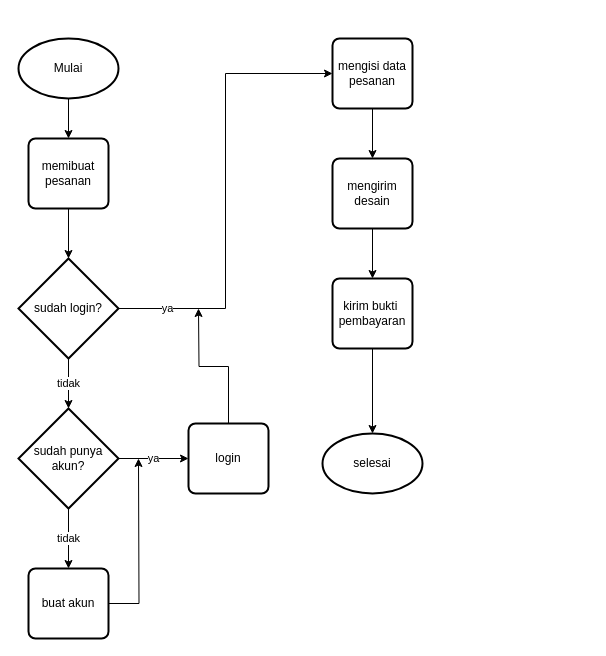
zzarr/SC keeps this draw.io diagram as Flowchart usulan sistem pemesanan.drawio. Above is the earlier version. Source tidied: cells renumbered, new cells numbered last; positions are measured from the earlier drawing's top-left corner, leaving out a move shared by most shapes. Both pictures are drawn from the tidied source at 100%, with x=0, y=0 at pixel (18, 38).
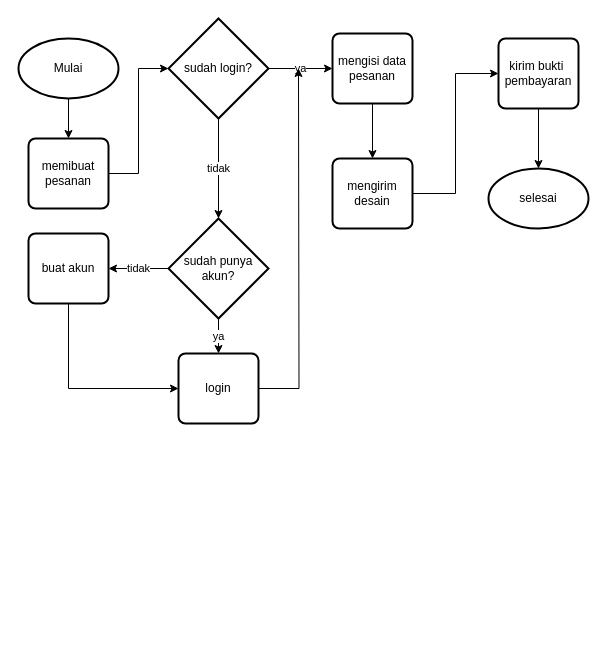
The same page after the edit.

The change refers to these unchanged cells:
```xml
<mxCell id="5" value="memibuat pesanan" style="rounded=1;whiteSpace=wrap;html=1;absoluteArcSize=1;arcSize=14;strokeWidth=2;" parent="1" vertex="1">
  <mxGeometry x="10" y="100" width="80" height="70" as="geometry" />
</mxCell>
<mxCell id="19" value="mengirim desain" style="rounded=1;whiteSpace=wrap;html=1;absoluteArcSize=1;arcSize=14;strokeWidth=2;" parent="1" vertex="1">
  <mxGeometry x="314" y="120" width="80" height="70" as="geometry" />
</mxCell>
```

The edit, as a diff of the source:
```diff
@@
-    <mxCell id="4" style="edgeStyle=orthogonalEdgeStyle;rounded=0;jettySize=auto;html=1;exitX=0.5;exitY=1;exitDx=0;exitDy=0;entryX=0.5;entryY=0;entryDx=0;entryDy=0;entryPerimeter=0;" parent="1" edge="1" source="5" target="8">
+    <mxCell id="4" style="edgeStyle=orthogonalEdgeStyle;rounded=0;jettySize=auto;html=1;exitX=1;exitY=0.5;exitDx=0;exitDy=0;entryX=0;entryY=0.5;entryDx=0;entryDy=0;entryPerimeter=0;" parent="1" edge="1" source="5" target="8">
       <mxGeometry relative="1" as="geometry" />
     </mxCell>
@@
     <mxCell id="7" value="ya" style="edgeStyle=orthogonalEdgeStyle;rounded=0;jettySize=auto;html=1;exitX=1;exitY=0.5;exitDx=0;exitDy=0;exitPerimeter=0;entryX=0;entryY=0.5;entryDx=0;entryDy=0;" parent="1" edge="1" source="8" target="17">
-      <mxGeometry x="-0.78" relative="1" as="geometry" />
+      <mxGeometry relative="1" as="geometry" />
     </mxCell>
     <mxCell id="8" value="sudah login?" style="strokeWidth=2;html=1;shape=mxgraph.flowchart.decision;whiteSpace=wrap;" parent="1" vertex="1">
-      <mxGeometry y="220" width="100" height="100" as="geometry" />
+      <mxGeometry x="150" y="-20" width="100" height="100" as="geometry" />
     </mxCell>
-    <mxCell id="9" value="tidak" style="edgeStyle=orthogonalEdgeStyle;rounded=0;jettySize=auto;html=1;exitX=0.5;exitY=1;exitDx=0;exitDy=0;exitPerimeter=0;entryX=0.5;entryY=0;entryDx=0;entryDy=0;" parent="1" edge="1" source="11" target="13">
+    <mxCell id="9" value="tidak" style="edgeStyle=orthogonalEdgeStyle;rounded=0;jettySize=auto;html=1;exitX=0;exitY=0.5;exitDx=0;exitDy=0;exitPerimeter=0;" parent="1" edge="1" source="11" target="13">
       <mxGeometry relative="1" as="geometry" />
     </mxCell>
-    <mxCell id="10" value="ya" style="edgeStyle=orthogonalEdgeStyle;rounded=0;jettySize=auto;html=1;exitX=1;exitY=0.5;exitDx=0;exitDy=0;exitPerimeter=0;entryX=0;entryY=0.5;entryDx=0;entryDy=0;" parent="1" edge="1" source="11" target="15">
+    <mxCell id="10" value="ya" style="edgeStyle=orthogonalEdgeStyle;rounded=0;jettySize=auto;html=1;exitX=0.5;exitY=1;exitDx=0;exitDy=0;exitPerimeter=0;entryX=0.5;entryY=0;entryDx=0;entryDy=0;" parent="1" edge="1" source="11" target="15">
       <mxGeometry relative="1" as="geometry" />
     </mxCell>
     <mxCell id="11" value="sudah punya akun?" style="strokeWidth=2;html=1;shape=mxgraph.flowchart.decision;whiteSpace=wrap;" parent="1" vertex="1">
-      <mxGeometry y="370" width="100" height="100" as="geometry" />
+      <mxGeometry x="150" y="180" width="100" height="100" as="geometry" />
     </mxCell>
-    <mxCell id="12" style="edgeStyle=orthogonalEdgeStyle;rounded=0;jettySize=auto;html=1;exitX=1;exitY=0.5;exitDx=0;exitDy=0;" parent="1" edge="1" source="13">
-      <mxGeometry relative="1" as="geometry">
-        <mxPoint x="120" y="420" as="targetPoint" />
-      </mxGeometry>
-    </mxCell>
+    <mxCell id="23" style="edgeStyle=orthogonalEdgeStyle;rounded=0;jettySize=auto;html=1;exitX=0.5;exitY=1;exitDx=0;exitDy=0;entryX=0;entryY=0.5;entryDx=0;entryDy=0;" parent="1" edge="1" source="13" target="15">
+      <mxGeometry relative="1" as="geometry" />
+    </mxCell>
     <mxCell id="13" value="buat akun" style="rounded=1;whiteSpace=wrap;html=1;absoluteArcSize=1;arcSize=14;strokeWidth=2;" parent="1" vertex="1">
-      <mxGeometry x="10" y="530" width="80" height="70" as="geometry" />
+      <mxGeometry x="10" y="195" width="80" height="70" as="geometry" />
     </mxCell>
-    <mxCell id="14" style="edgeStyle=orthogonalEdgeStyle;rounded=0;jettySize=auto;html=1;exitX=0.5;exitY=0;exitDx=0;exitDy=0;" parent="1" edge="1" source="15">
-      <mxGeometry relative="1" as="geometry">
-        <mxPoint x="180" y="270" as="targetPoint" />
-      </mxGeometry>
-    </mxCell>
+    <mxCell id="24" style="edgeStyle=orthogonalEdgeStyle;rounded=0;jettySize=auto;html=1;exitX=1;exitY=0.5;exitDx=0;exitDy=0;" parent="1" edge="1" source="15">
+      <mxGeometry relative="1" as="geometry">
+        <mxPoint x="280" y="30" as="targetPoint" />
+      </mxGeometry>
+    </mxCell>
     <mxCell id="15" value="login" style="rounded=1;whiteSpace=wrap;html=1;absoluteArcSize=1;arcSize=14;strokeWidth=2;" parent="1" vertex="1">
-      <mxGeometry x="170" y="385" width="80" height="70" as="geometry" />
+      <mxGeometry x="160" y="315" width="80" height="70" as="geometry" />
     </mxCell>
@@
     <mxCell id="17" value="mengisi data pesanan" style="rounded=1;whiteSpace=wrap;html=1;absoluteArcSize=1;arcSize=14;strokeWidth=2;" parent="1" vertex="1">
-      <mxGeometry x="314" width="80" height="70" as="geometry" />
+      <mxGeometry x="314" y="-5" width="80" height="70" as="geometry" />
     </mxCell>
-    <mxCell id="18" style="edgeStyle=orthogonalEdgeStyle;rounded=0;jettySize=auto;html=1;exitX=0.5;exitY=1;exitDx=0;exitDy=0;" parent="1" edge="1" source="19" target="21">
+    <mxCell id="18" style="edgeStyle=orthogonalEdgeStyle;rounded=0;jettySize=auto;html=1;exitX=1;exitY=0.5;exitDx=0;exitDy=0;entryX=0;entryY=0.5;entryDx=0;entryDy=0;" parent="1" edge="1" source="19" target="21">
       <mxGeometry relative="1" as="geometry" />
     </mxCell>
@@
     <mxCell id="21" value="kirim bukti&amp;nbsp; pembayaran" style="rounded=1;whiteSpace=wrap;html=1;absoluteArcSize=1;arcSize=14;strokeWidth=2;" parent="1" vertex="1">
-      <mxGeometry x="314" y="240" width="80" height="70" as="geometry" />
+      <mxGeometry x="480" width="80" height="70" as="geometry" />
     </mxCell>
     <mxCell id="22" value="selesai" style="strokeWidth=2;html=1;shape=mxgraph.flowchart.start_1;whiteSpace=wrap;" parent="1" vertex="1">
-      <mxGeometry x="304" y="395" width="100" height="60" as="geometry" />
+      <mxGeometry x="470" y="130" width="100" height="60" as="geometry" />
     </mxCell>
```
